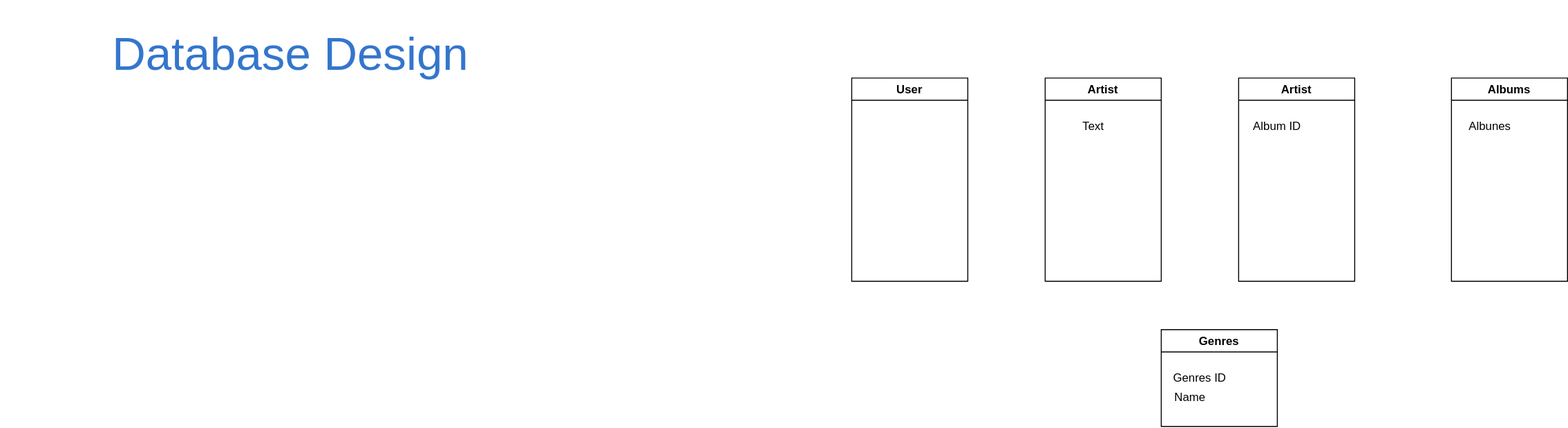
This is BBDD/DatabaseDesign.drawio.svg from FernandoFH/Spotify-clone, a draw.io export, as it was before one commit. Source tidied: cells renumbered, new cells last; positions are measured from the earlier drawing's top-left corner, leaving out a move shared by most shapes. Source of this version:
```xml
<mxGraphModel>
  <root>
    <mxCell id="0" />
    <mxCell id="1" parent="0" />
    <mxCell id="2" value="&lt;h1 class=&quot;title&quot; id=&quot;page-title&quot; style=&quot;margin: 0px 0px 10px ; padding: 0px ; border: 0px ; outline: 0px ; vertical-align: baseline ; font-stretch: inherit ; line-height: 1.2 ; font-family: &amp;#34;aleo regular&amp;#34; , sans-serif ; font-weight: normal ; color: rgb(52 , 118 , 204) ; width: 600px&quot;&gt;&lt;font style=&quot;font-size: 48px&quot;&gt;Database Design&lt;/font&gt;&lt;/h1&gt;" style="text;html=1;strokeColor=none;fillColor=none;align=center;verticalAlign=middle;whiteSpace=wrap;rounded=0;" parent="1" vertex="1">
      <mxGeometry width="520" height="120" as="geometry" />
    </mxCell>
    <mxCell id="3" value="Artist" style="swimlane;" parent="1" vertex="1">
      <mxGeometry x="1040" y="80" width="120" height="210" as="geometry" />
    </mxCell>
    <mxCell id="4" value="Text" style="text;html=1;strokeColor=none;fillColor=none;align=center;verticalAlign=middle;whiteSpace=wrap;rounded=0;" parent="3" vertex="1">
      <mxGeometry x="10" y="40" width="80" height="20" as="geometry" />
    </mxCell>
    <mxCell id="5" value="User" style="swimlane;" parent="1" vertex="1">
      <mxGeometry x="840" y="80" width="120" height="210" as="geometry" />
    </mxCell>
    <mxCell id="6" value="Artist" style="swimlane;" parent="1" vertex="1">
      <mxGeometry x="1240" y="80" width="120" height="210" as="geometry" />
    </mxCell>
    <mxCell id="7" value="Album ID" style="text;html=1;strokeColor=none;fillColor=none;align=center;verticalAlign=middle;whiteSpace=wrap;rounded=0;" parent="6" vertex="1">
      <mxGeometry y="40" width="80" height="20" as="geometry" />
    </mxCell>
    <mxCell id="8" value="Albums" style="swimlane;" parent="1" vertex="1">
      <mxGeometry x="1460" y="80" width="120" height="210" as="geometry" />
    </mxCell>
    <mxCell id="9" value="Albunes" style="text;html=1;strokeColor=none;fillColor=none;align=center;verticalAlign=middle;whiteSpace=wrap;rounded=0;" parent="8" vertex="1">
      <mxGeometry y="40" width="80" height="20" as="geometry" />
    </mxCell>
    <mxCell id="10" value="Genres" style="swimlane;" parent="1" vertex="1">
      <mxGeometry x="1160" y="340" width="120" height="100" as="geometry" />
    </mxCell>
    <mxCell id="11" value="Genres ID" style="text;html=1;strokeColor=none;fillColor=none;align=center;verticalAlign=middle;whiteSpace=wrap;rounded=0;" parent="10" vertex="1">
      <mxGeometry y="40" width="80" height="20" as="geometry" />
    </mxCell>
    <mxCell id="12" value="Name" style="text;html=1;strokeColor=none;fillColor=none;align=center;verticalAlign=middle;whiteSpace=wrap;rounded=0;" parent="10" vertex="1">
      <mxGeometry x="-10" y="60" width="80" height="20" as="geometry" />
    </mxCell>
  </root>
</mxGraphModel>
```
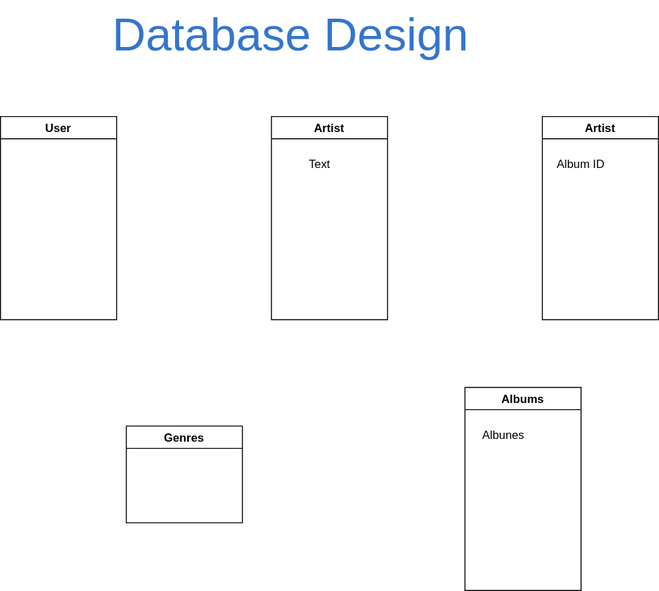
The same file after the commit.

The edit, as a diff of the source:
```diff
@@ -3,37 +3,31 @@
     <mxCell id="0" />
     <mxCell id="1" parent="0" />
     <mxCell id="2" value="&lt;h1 class=&quot;title&quot; id=&quot;page-title&quot; style=&quot;margin: 0px 0px 10px ; padding: 0px ; border: 0px ; outline: 0px ; vertical-align: baseline ; font-stretch: inherit ; line-height: 1.2 ; font-family: &amp;#34;aleo regular&amp;#34; , sans-serif ; font-weight: normal ; color: rgb(52 , 118 , 204) ; width: 600px&quot;&gt;&lt;font style=&quot;font-size: 48px&quot;&gt;Database Design&lt;/font&gt;&lt;/h1&gt;" style="text;html=1;strokeColor=none;fillColor=none;align=center;verticalAlign=middle;whiteSpace=wrap;rounded=0;" parent="1" vertex="1">
-      <mxGeometry width="520" height="120" as="geometry" />
+      <mxGeometry x="80" width="440" height="80" as="geometry" />
     </mxCell>
     <mxCell id="3" value="Artist" style="swimlane;" parent="1" vertex="1">
-      <mxGeometry x="1040" y="80" width="120" height="210" as="geometry" />
+      <mxGeometry x="280" y="120" width="120" height="210" as="geometry" />
     </mxCell>
     <mxCell id="4" value="Text" style="text;html=1;strokeColor=none;fillColor=none;align=center;verticalAlign=middle;whiteSpace=wrap;rounded=0;" parent="3" vertex="1">
       <mxGeometry x="10" y="40" width="80" height="20" as="geometry" />
     </mxCell>
     <mxCell id="5" value="User" style="swimlane;" parent="1" vertex="1">
-      <mxGeometry x="840" y="80" width="120" height="210" as="geometry" />
+      <mxGeometry y="120" width="120" height="210" as="geometry" />
     </mxCell>
     <mxCell id="6" value="Artist" style="swimlane;" parent="1" vertex="1">
-      <mxGeometry x="1240" y="80" width="120" height="210" as="geometry" />
+      <mxGeometry x="560" y="120" width="120" height="210" as="geometry" />
     </mxCell>
     <mxCell id="7" value="Album ID" style="text;html=1;strokeColor=none;fillColor=none;align=center;verticalAlign=middle;whiteSpace=wrap;rounded=0;" parent="6" vertex="1">
       <mxGeometry y="40" width="80" height="20" as="geometry" />
     </mxCell>
     <mxCell id="8" value="Albums" style="swimlane;" parent="1" vertex="1">
-      <mxGeometry x="1460" y="80" width="120" height="210" as="geometry" />
+      <mxGeometry x="480" y="400" width="120" height="210" as="geometry" />
     </mxCell>
     <mxCell id="9" value="Albunes" style="text;html=1;strokeColor=none;fillColor=none;align=center;verticalAlign=middle;whiteSpace=wrap;rounded=0;" parent="8" vertex="1">
       <mxGeometry y="40" width="80" height="20" as="geometry" />
     </mxCell>
     <mxCell id="10" value="Genres" style="swimlane;" parent="1" vertex="1">
-      <mxGeometry x="1160" y="340" width="120" height="100" as="geometry" />
+      <mxGeometry x="130" y="440" width="120" height="100" as="geometry" />
     </mxCell>
-    <mxCell id="11" value="Genres ID" style="text;html=1;strokeColor=none;fillColor=none;align=center;verticalAlign=middle;whiteSpace=wrap;rounded=0;" parent="10" vertex="1">
-      <mxGeometry y="40" width="80" height="20" as="geometry" />
-    </mxCell>
-    <mxCell id="12" value="Name" style="text;html=1;strokeColor=none;fillColor=none;align=center;verticalAlign=middle;whiteSpace=wrap;rounded=0;" parent="10" vertex="1">
-      <mxGeometry x="-10" y="60" width="80" height="20" as="geometry" />
-    </mxCell>
   </root>
 </mxGraphModel>
```
